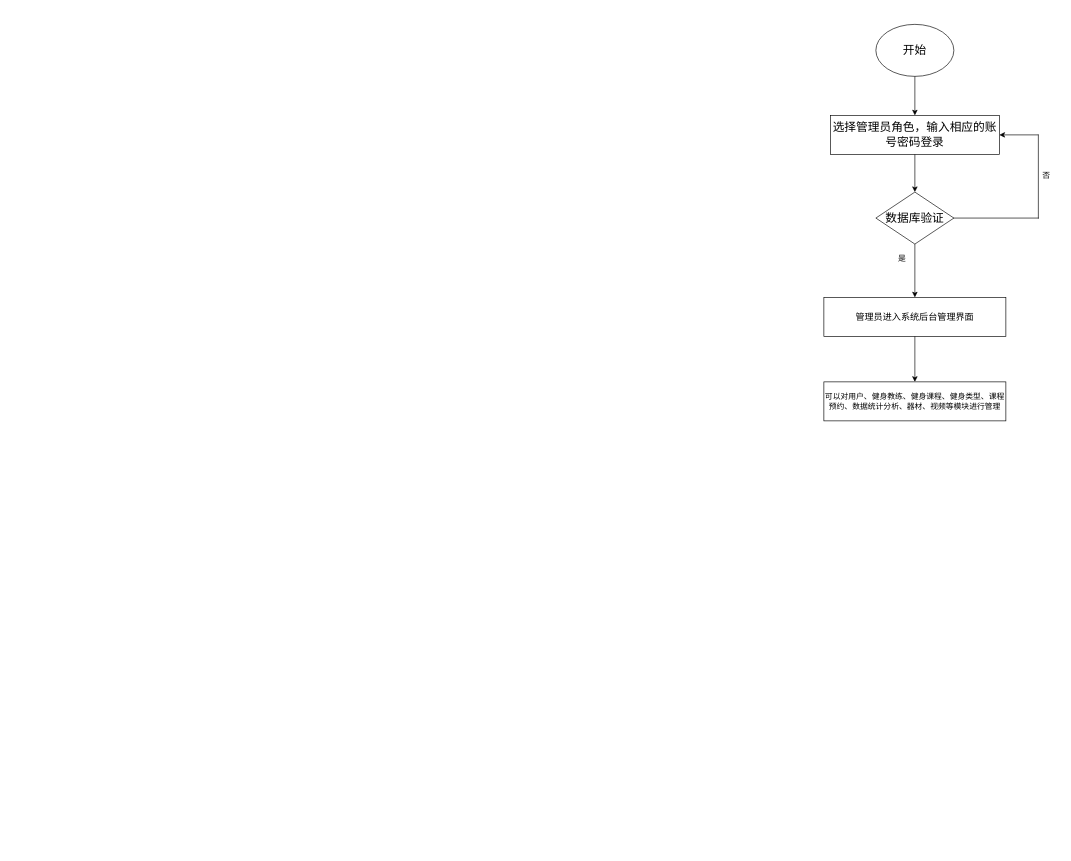
Before: 整体ER图.drawio in 000Ljx/Endorphins, a draw.io diagram. Source tidied: cells renumbered, new cells numbered last; positions are measured from the earlier drawing's top-left corner, leaving out a move shared by most shapes. Both pictures are drawn from the tidied source at 65%, with x=0, y=0 at pixel (824, 24).
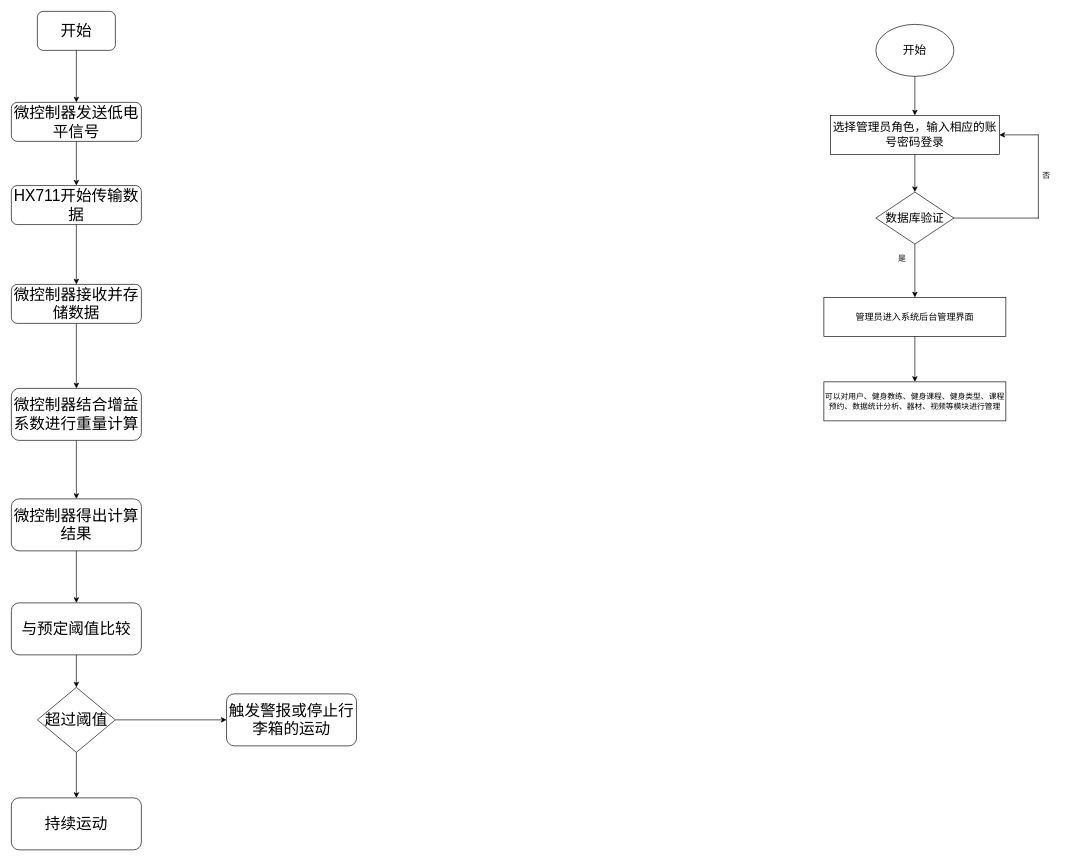
The same page after the edit.

Commit message:
更新整体ER图.drawio

What changed in the source:
```diff
@@
+    <mxCell id="15" value="&lt;font style=&quot;font-size: 24px;&quot;&gt;开始&lt;/font&gt;" style="rounded=1;whiteSpace=wrap;html=1;" parent="1" vertex="1">
+      <mxGeometry x="-1210" y="-20" width="120" height="60" as="geometry" />
+    </mxCell>
+    <mxCell id="16" value="&lt;font style=&quot;font-size: 24px;&quot;&gt;微控制器发送低电平信号&lt;/font&gt;" style="rounded=1;whiteSpace=wrap;html=1;" parent="1" vertex="1">
+      <mxGeometry x="-1250" y="120" width="200" height="60" as="geometry" />
+    </mxCell>
+    <mxCell id="17" value="&lt;font style=&quot;font-size: 24px;&quot;&gt;HX711开始传输数据&lt;/font&gt;" style="rounded=1;whiteSpace=wrap;html=1;" parent="1" vertex="1">
+      <mxGeometry x="-1250" y="248" width="200" height="60" as="geometry" />
+    </mxCell>
+    <mxCell id="18" value="&lt;font style=&quot;font-size: 24px;&quot;&gt;微控制器接收并存储数据&lt;/font&gt;" style="rounded=1;whiteSpace=wrap;html=1;" parent="1" vertex="1">
+      <mxGeometry x="-1250" y="400" width="200" height="60" as="geometry" />
+    </mxCell>
+    <mxCell id="19" value="&lt;font style=&quot;font-size: 24px;&quot;&gt;微控制器结合增益系数进行重量计算&lt;/font&gt;" style="rounded=1;whiteSpace=wrap;html=1;" parent="1" vertex="1">
+      <mxGeometry x="-1250" y="560" width="200" height="80" as="geometry" />
+    </mxCell>
+    <mxCell id="20" value="&lt;span style=&quot;font-size: 24px;&quot;&gt;微控制器得出计算结果&lt;/span&gt;" style="rounded=1;whiteSpace=wrap;html=1;" parent="1" vertex="1">
+      <mxGeometry x="-1250" y="730" width="200" height="80" as="geometry" />
+    </mxCell>
+    <mxCell id="21" value="&lt;span style=&quot;font-size: 24px;&quot;&gt;与预定阈值比较&lt;/span&gt;" style="rounded=1;whiteSpace=wrap;html=1;" parent="1" vertex="1">
+      <mxGeometry x="-1250" y="890" width="200" height="80" as="geometry" />
+    </mxCell>
+    <mxCell id="22" value="&lt;span style=&quot;font-size: 24px;&quot;&gt;持续运动&lt;/span&gt;" style="rounded=1;whiteSpace=wrap;html=1;" parent="1" vertex="1">
+      <mxGeometry x="-1250" y="1190" width="200" height="80" as="geometry" />
+    </mxCell>
+    <mxCell id="23" value="&lt;font style=&quot;font-size: 24px;&quot;&gt;超过阈值&lt;/font&gt;" style="rhombus;whiteSpace=wrap;html=1;" parent="1" vertex="1">
+      <mxGeometry x="-1210" y="1020" width="120" height="100" as="geometry" />
+    </mxCell>
+    <mxCell id="24" value="&lt;span style=&quot;font-size: 24px;&quot;&gt;触发警报或停止行李箱的运动&lt;/span&gt;" style="rounded=1;whiteSpace=wrap;html=1;" parent="1" vertex="1">
+      <mxGeometry x="-919" y="1030" width="200" height="80" as="geometry" />
+    </mxCell>
+    <mxCell id="25" style="endArrow=classic;html=1;rounded=0;exitX=0.5;exitY=1;exitDx=0;exitDy=0;entryX=0.5;entryY=0;entryDx=0;entryDy=0;" parent="1" edge="1" source="15" target="16">
+      <mxGeometry relative="1" as="geometry" />
+    </mxCell>
+    <mxCell id="26" style="endArrow=classic;html=1;rounded=0;exitX=0.5;exitY=1;exitDx=0;exitDy=0;entryX=0.5;entryY=0;entryDx=0;entryDy=0;" parent="1" edge="1" source="16" target="17">
+      <mxGeometry relative="1" as="geometry" />
+    </mxCell>
+    <mxCell id="27" style="endArrow=classic;html=1;rounded=0;exitX=0.5;exitY=1;exitDx=0;exitDy=0;entryX=0.5;entryY=0;entryDx=0;entryDy=0;" parent="1" edge="1" source="17" target="18">
+      <mxGeometry relative="1" as="geometry" />
+    </mxCell>
+    <mxCell id="28" style="endArrow=classic;html=1;rounded=0;exitX=0.5;exitY=1;exitDx=0;exitDy=0;entryX=0.5;entryY=0;entryDx=0;entryDy=0;" parent="1" edge="1" source="18" target="19">
+      <mxGeometry relative="1" as="geometry" />
+    </mxCell>
+    <mxCell id="29" style="endArrow=classic;html=1;rounded=0;exitX=0.5;exitY=1;exitDx=0;exitDy=0;entryX=0.5;entryY=0;entryDx=0;entryDy=0;" parent="1" edge="1" source="19" target="20">
+      <mxGeometry relative="1" as="geometry" />
+    </mxCell>
+    <mxCell id="30" style="endArrow=classic;html=1;rounded=0;exitX=0.5;exitY=1;exitDx=0;exitDy=0;entryX=0.5;entryY=0;entryDx=0;entryDy=0;" parent="1" edge="1" source="20" target="21">
+      <mxGeometry relative="1" as="geometry" />
+    </mxCell>
+    <mxCell id="31" style="endArrow=classic;html=1;rounded=0;exitX=0.5;exitY=1;exitDx=0;exitDy=0;entryX=0.5;entryY=0;entryDx=0;entryDy=0;" parent="1" edge="1" source="21" target="23">
+      <mxGeometry relative="1" as="geometry" />
+    </mxCell>
+    <mxCell id="32" style="endArrow=classic;html=1;rounded=0;exitX=0.5;exitY=1;exitDx=0;exitDy=0;entryX=0.5;entryY=0;entryDx=0;entryDy=0;" parent="1" edge="1" source="23" target="22">
+      <mxGeometry relative="1" as="geometry" />
+    </mxCell>
+    <mxCell id="33" style="endArrow=classic;html=1;rounded=0;exitX=1;exitY=0.5;exitDx=0;exitDy=0;entryX=0;entryY=0.5;entryDx=0;entryDy=0;" parent="1" edge="1" source="23" target="24">
+      <mxGeometry relative="1" as="geometry" />
+    </mxCell>
```
